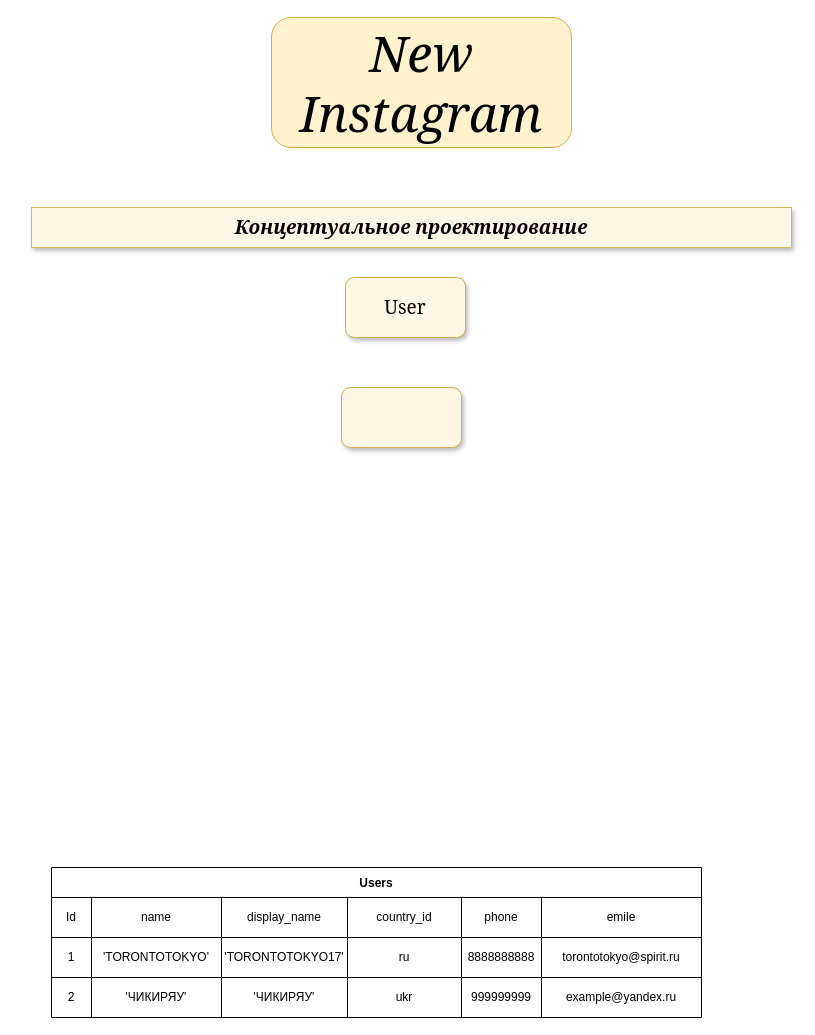
Before: Untitled Diagram.drawio in T0R0NT0T0KY0/ni-api, a draw.io diagram. Source tidied: cells renumbered, new cells numbered last; positions are measured from the earlier drawing's top-left corner, leaving out a move shared by most shapes. Both pictures are drawn from the tidied source at 100%, with x=0, y=0 at pixel (31, 17).
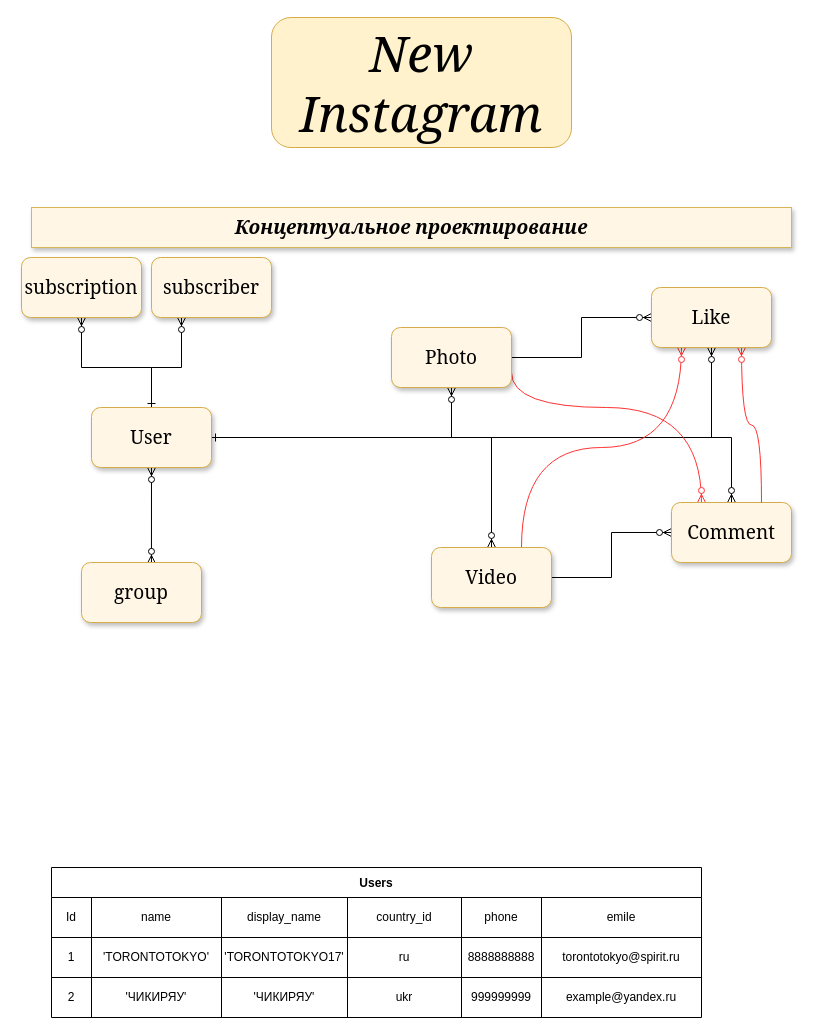
Above is the later version.

The edit, as a diff of the source:
```diff
@@
+    <mxCell id="28" style="edgeStyle=orthogonalEdgeStyle;rounded=0;jettySize=auto;html=1;exitX=1;exitY=0.5;exitDx=0;exitDy=0;entryX=0.5;entryY=1;entryDx=0;entryDy=0;fontFamily=Georgia;fontSize=19;endArrow=ERzeroToMany;endFill=1;" parent="1" edge="1" source="26" target="41">
+      <mxGeometry relative="1" as="geometry" />
+    </mxCell>
+    <mxCell id="29" style="edgeStyle=orthogonalEdgeStyle;rounded=0;jettySize=auto;html=1;exitX=1;exitY=0.5;exitDx=0;exitDy=0;fontFamily=Georgia;fontSize=19;endArrow=ERzeroToMany;endFill=1;" parent="1" edge="1" source="26" target="42">
+      <mxGeometry relative="1" as="geometry" />
+    </mxCell>
+    <mxCell id="30" style="edgeStyle=orthogonalEdgeStyle;rounded=0;jettySize=auto;html=1;exitX=1;exitY=0.5;exitDx=0;exitDy=0;fontFamily=Georgia;fontSize=19;endArrow=ERzeroToMany;endFill=1;" parent="1" edge="1" source="26" target="27">
+      <mxGeometry relative="1" as="geometry" />
+    </mxCell>
+    <mxCell id="31" style="edgeStyle=orthogonalEdgeStyle;rounded=0;jettySize=auto;html=1;exitX=1;exitY=0.5;exitDx=0;exitDy=0;fontFamily=Georgia;fontSize=19;endArrow=ERzeroToMany;endFill=1;entryX=0.5;entryY=1;entryDx=0;entryDy=0;startArrow=ERone;startFill=0;" parent="1" edge="1" source="26" target="40">
+      <mxGeometry relative="1" as="geometry" />
+    </mxCell>
+    <mxCell id="32" style="edgeStyle=orthogonalEdgeStyle;rounded=0;jettySize=auto;html=1;entryX=0.5;entryY=1;entryDx=0;entryDy=0;fontFamily=Georgia;fontSize=19;endArrow=ERzeroToMany;endFill=1;exitX=0.5;exitY=0;exitDx=0;exitDy=0;" parent="1" edge="1" source="26" target="44">
+      <mxGeometry relative="1" as="geometry">
+        <Array as="points">
+          <mxPoint x="120" y="350" />
+          <mxPoint x="50" y="350" />
+        </Array>
+      </mxGeometry>
+    </mxCell>
+    <mxCell id="33" style="edgeStyle=orthogonalEdgeStyle;rounded=0;jettySize=auto;html=1;exitX=0.5;exitY=0;exitDx=0;exitDy=0;entryX=0.25;entryY=1;entryDx=0;entryDy=0;fontFamily=Georgia;fontSize=19;endArrow=ERzeroToMany;endFill=1;startArrow=ERone;startFill=0;" parent="1" edge="1" source="26" target="43">
+      <mxGeometry relative="1" as="geometry">
+        <Array as="points">
+          <mxPoint x="120" y="350" />
+          <mxPoint x="150" y="350" />
+        </Array>
+      </mxGeometry>
+    </mxCell>
+    <mxCell id="34" style="edgeStyle=orthogonalEdgeStyle;rounded=0;jettySize=auto;html=1;exitX=0.5;exitY=1;exitDx=0;exitDy=0;entryX=0.583;entryY=0.015;entryDx=0;entryDy=0;entryPerimeter=0;fontFamily=Georgia;fontSize=19;endArrow=ERzeroToMany;endFill=1;startArrow=ERzeroToMany;startFill=1;" parent="1" edge="1" source="26" target="45">
+      <mxGeometry relative="1" as="geometry" />
+    </mxCell>
     <mxCell id="26" value="User" style="rounded=1;whiteSpace=wrap;html=1;shadow=1;fontFamily=Georgia;fontSize=19;strokeColor=#D6AC49;fillColor=#FFF6E6;align=center;" parent="1" vertex="1">
-      <mxGeometry x="314" y="260" width="120" height="60" as="geometry" />
+      <mxGeometry x="60" y="390" width="120" height="60" as="geometry" />
     </mxCell>
+    <mxCell id="35" style="edgeStyle=orthogonalEdgeStyle;rounded=0;jumpStyle=none;jettySize=auto;html=1;exitX=0;exitY=0.5;exitDx=0;exitDy=0;entryX=1;entryY=0.5;entryDx=0;entryDy=0;fontFamily=Georgia;fontSize=19;startArrow=ERzeroToMany;startFill=1;endArrow=none;endFill=0;" parent="1" edge="1" source="27" target="42">
+      <mxGeometry relative="1" as="geometry" />
+    </mxCell>
+    <mxCell id="36" style="edgeStyle=orthogonalEdgeStyle;curved=1;rounded=0;jumpStyle=none;jettySize=auto;html=1;exitX=0.25;exitY=0;exitDx=0;exitDy=0;entryX=1;entryY=0.75;entryDx=0;entryDy=0;fontFamily=Georgia;fontSize=19;startArrow=ERzeroToMany;startFill=1;endArrow=none;endFill=0;strokeColor=#FF3333;" parent="1" edge="1" source="27" target="41">
+      <mxGeometry relative="1" as="geometry">
+        <Array as="points">
+          <mxPoint x="670" y="390" />
+          <mxPoint x="480" y="390" />
+        </Array>
+      </mxGeometry>
+    </mxCell>
-    <mxCell id="27" style="rounded=1;whiteSpace=wrap;html=1;shadow=1;fontFamily=Georgia;fontSize=19;strokeColor=#D6AC49;fillColor=#FFF6E6;align=center;" parent="1" vertex="1">
-      <mxGeometry x="310" y="370" width="120" height="60" as="geometry" />
+    <mxCell id="27" value="Comment" style="rounded=1;whiteSpace=wrap;html=1;shadow=1;fontFamily=Georgia;fontSize=19;strokeColor=#D6AC49;fillColor=#FFF6E6;align=center;" parent="1" vertex="1">
+      <mxGeometry x="640" y="485" width="120" height="60" as="geometry" />
     </mxCell>
+    <mxCell id="37" style="rounded=0;jettySize=auto;html=1;exitX=0.75;exitY=1;exitDx=0;exitDy=0;fontFamily=Georgia;fontSize=19;endArrow=none;endFill=0;jumpStyle=none;startArrow=ERzeroToMany;startFill=1;entryX=0.75;entryY=0;entryDx=0;entryDy=0;elbow=vertical;edgeStyle=orthogonalEdgeStyle;fillColor=#f8cecc;strokeColor=#FF3333;curved=1;" parent="1" edge="1" source="40" target="27">
+      <mxGeometry relative="1" as="geometry" />
+    </mxCell>
+    <mxCell id="38" style="edgeStyle=orthogonalEdgeStyle;rounded=0;jumpStyle=none;jettySize=auto;html=1;exitX=0;exitY=0.5;exitDx=0;exitDy=0;entryX=1;entryY=0.5;entryDx=0;entryDy=0;fontFamily=Georgia;fontSize=19;startArrow=ERzeroToMany;startFill=1;endArrow=none;endFill=0;" parent="1" edge="1" source="40" target="41">
+      <mxGeometry relative="1" as="geometry" />
+    </mxCell>
+    <mxCell id="39" style="edgeStyle=orthogonalEdgeStyle;curved=1;rounded=0;jumpStyle=none;jettySize=auto;html=1;exitX=0.25;exitY=1;exitDx=0;exitDy=0;entryX=0.75;entryY=0;entryDx=0;entryDy=0;fontFamily=Georgia;fontSize=19;startArrow=ERzeroToMany;startFill=1;endArrow=none;endFill=0;strokeColor=#FF3333;" parent="1" edge="1" source="40" target="42">
+      <mxGeometry relative="1" as="geometry" />
+    </mxCell>
+    <mxCell id="40" value="Like" style="rounded=1;whiteSpace=wrap;html=1;shadow=1;fontFamily=Georgia;fontSize=19;strokeColor=#D6AC49;fillColor=#FFF6E6;align=center;" parent="1" vertex="1">
+      <mxGeometry x="620" y="270" width="120" height="60" as="geometry" />
+    </mxCell>
+    <mxCell id="41" value="Photo" style="rounded=1;whiteSpace=wrap;html=1;shadow=1;fontFamily=Georgia;fontSize=19;strokeColor=#D6AC49;fillColor=#FFF6E6;align=center;" parent="1" vertex="1">
+      <mxGeometry x="360" y="310" width="120" height="60" as="geometry" />
+    </mxCell>
+    <mxCell id="42" value="Video" style="rounded=1;whiteSpace=wrap;html=1;shadow=1;fontFamily=Georgia;fontSize=19;strokeColor=#D6AC49;fillColor=#FFF6E6;align=center;" parent="1" vertex="1">
+      <mxGeometry x="400" y="530" width="120" height="60" as="geometry" />
+    </mxCell>
+    <mxCell id="43" value="subscriber" style="rounded=1;whiteSpace=wrap;html=1;shadow=1;fontFamily=Georgia;fontSize=19;strokeColor=#D6AC49;fillColor=#FFF6E6;align=center;" parent="1" vertex="1">
+      <mxGeometry x="120" y="240" width="120" height="60" as="geometry" />
+    </mxCell>
+    <mxCell id="44" value="subscription" style="rounded=1;whiteSpace=wrap;html=1;shadow=1;fontFamily=Georgia;fontSize=19;strokeColor=#D6AC49;fillColor=#FFF6E6;align=center;" parent="1" vertex="1">
+      <mxGeometry x="-10" y="240" width="120" height="60" as="geometry" />
+    </mxCell>
+    <mxCell id="45" value="group" style="rounded=1;whiteSpace=wrap;html=1;shadow=1;fontFamily=Georgia;fontSize=19;strokeColor=#D6AC49;fillColor=#FFF6E6;align=center;" parent="1" vertex="1">
+      <mxGeometry x="50" y="545" width="120" height="60" as="geometry" />
+    </mxCell>
```
